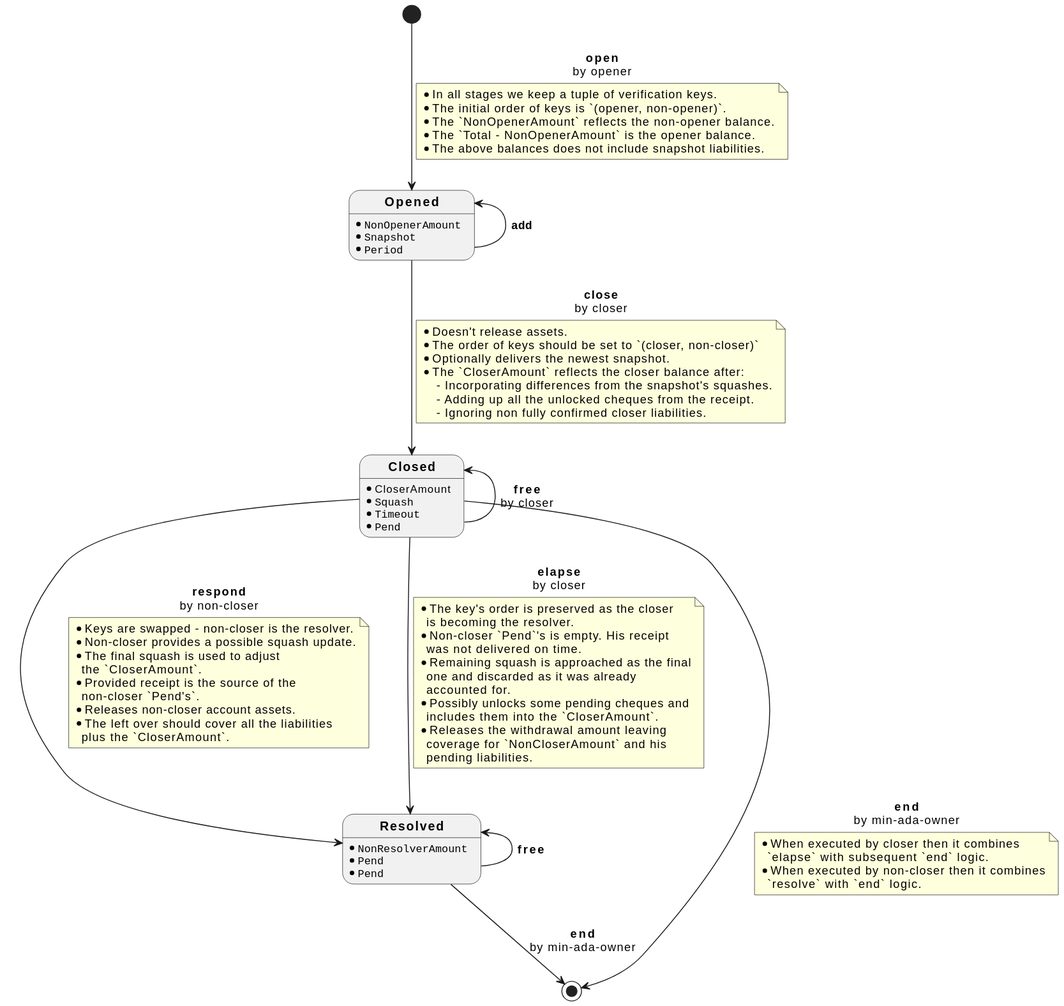
cardano-lightning/cardano-lightning keeps this PlantUML diagram as docs/design/l1-spec/stages2.svg. Above is the earlier version.
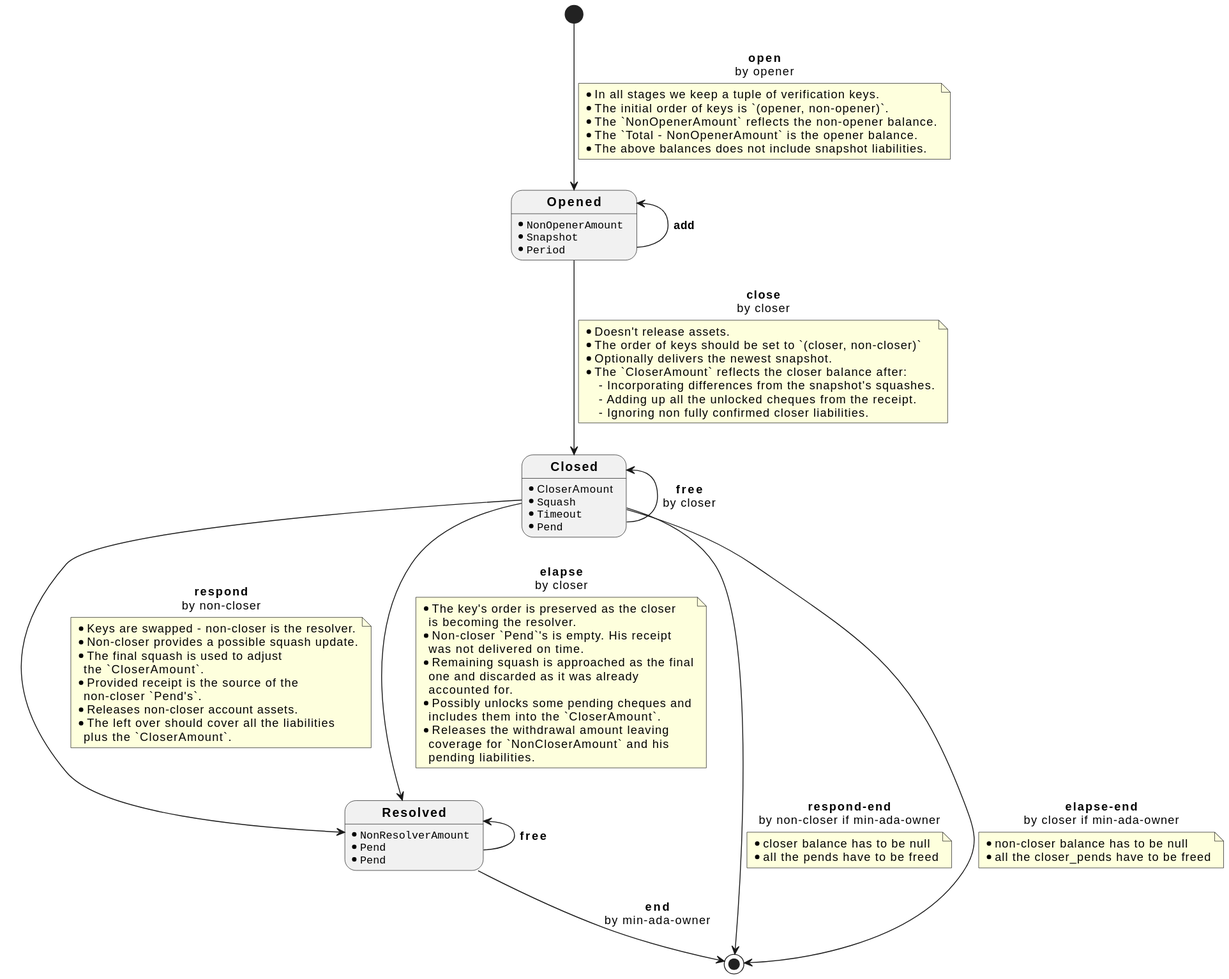
Above is the later version.

Commit message:
Finish fuzzers: migration + respond-end, elapse-end and free-closed

The edit, as a diff of the source:
```diff
@@ -68,11 +68,15 @@
 Resolved --u-> Resolved : <b>free</b>
 Resolved --> [*] : <b>end</b>\nby min-ada-owner
 
-Closed --> [*] : <b>end</b>\nby min-ada-owner
+Closed --> [*] : <b>respond-end</b>\nby non-closer if min-ada-owner
 note on link
-  * When executed by closer then it combines
-    `elapse` with subsequent `end` logic.
-  * When executed by non-closer then it combines
-    `resolve` with `end` logic.
+  * closer balance has to be null
+  * all the pends have to be freed
+end note
+
+Closed --> [*] : <b>elapse-end</b>\nby closer if min-ada-owner
+note on link
+  * non-closer balance has to be null
+  * all the closer_pends have to be freed
 end note
 @enduml
```
